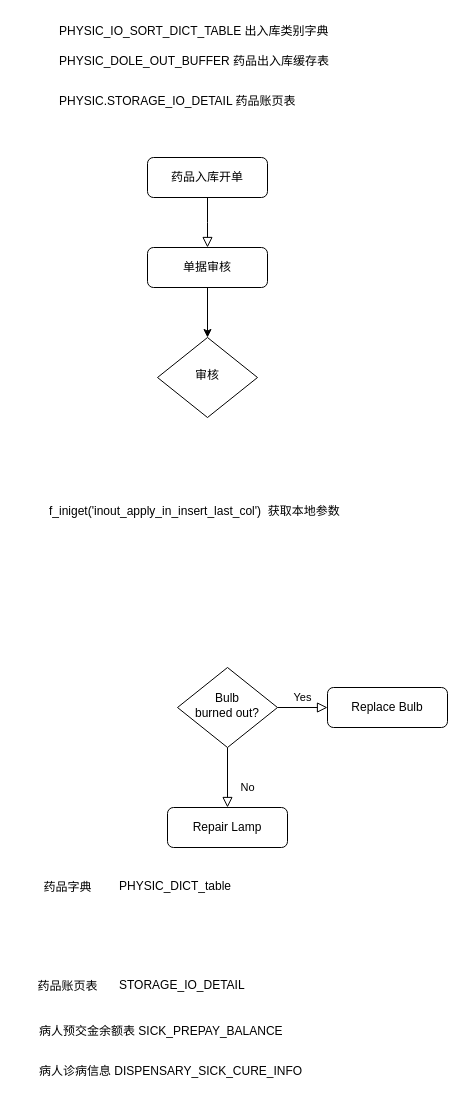
Before: Untitled Diagram.drawio in hooo/test, a draw.io diagram. Source tidied: cells renumbered, new cells numbered last; positions are measured from the earlier drawing's top-left corner, leaving out a move shared by most shapes. Both pictures are drawn from the tidied source at 100%, with x=0, y=0 at pixel (17, 17).
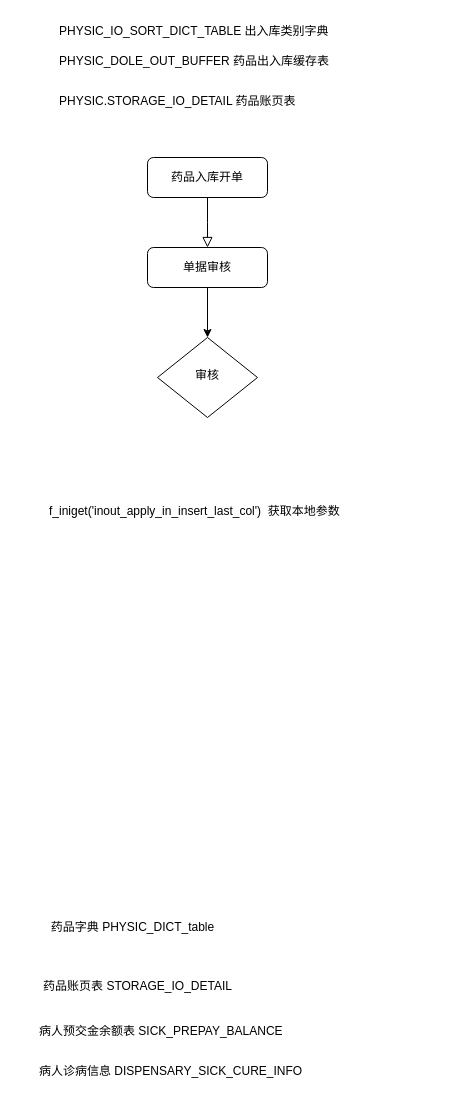
Above is the later version.

The edit, as a diff of the source:
```diff
@@
-    <mxCell id="4" value="No" style="rounded=0;html=1;jettySize=auto;fontSize=11;endArrow=block;endFill=0;endSize=8;strokeWidth=1;shadow=0;labelBackgroundColor=none;edgeStyle=orthogonalEdgeStyle;" parent="1" edge="1" source="6" target="7">
-      <mxGeometry x="0.33" y="20" relative="1" as="geometry" />
-    </mxCell>
-    <mxCell id="5" value="Yes" style="edgeStyle=orthogonalEdgeStyle;rounded=0;html=1;jettySize=auto;fontSize=11;endArrow=block;endFill=0;endSize=8;strokeWidth=1;shadow=0;labelBackgroundColor=none;" parent="1" edge="1" source="6" target="8">
-      <mxGeometry y="10" relative="1" as="geometry" />
-    </mxCell>
-    <mxCell id="6" value="Bulb&lt;br&gt;burned out?" style="rhombus;whiteSpace=wrap;html=1;shadow=0;fontFamily=Helvetica;fontSize=12;align=center;strokeWidth=1;spacing=6;spacingTop=-4;" parent="1" vertex="1">
-      <mxGeometry x="160" y="650" width="100" height="80" as="geometry" />
-    </mxCell>
-    <mxCell id="7" value="Repair Lamp" style="rounded=1;whiteSpace=wrap;html=1;fontSize=12;glass=0;strokeWidth=1;shadow=0;" parent="1" vertex="1">
-      <mxGeometry x="150" y="790" width="120" height="40" as="geometry" />
-    </mxCell>
-    <mxCell id="8" value="Replace Bulb" style="rounded=1;whiteSpace=wrap;html=1;fontSize=12;glass=0;strokeWidth=1;shadow=0;" parent="1" vertex="1">
-      <mxGeometry x="310" y="670" width="120" height="40" as="geometry" />
-    </mxCell>
-    <mxCell id="9" value="药品字典" style="text;strokeColor=none;fillColor=none;html=1;fontSize=12;fontStyle=0;verticalAlign=middle;align=center;" parent="1" vertex="1">
-      <mxGeometry y="850" width="100" height="40" as="geometry" />
+    <mxCell id="9" value="药品字典&amp;nbsp;&lt;span style=&quot;text-align: left&quot;&gt;PHYSIC_DICT_table&lt;/span&gt;" style="text;strokeColor=none;fillColor=none;html=1;fontSize=12;fontStyle=0;verticalAlign=middle;align=center;" parent="1" vertex="1">
+      <mxGeometry x="30" y="890" width="170" height="40" as="geometry" />
     </mxCell>
-    <mxCell id="10" value="PHYSIC_DICT_table" style="text;whiteSpace=wrap;html=1;fontSize=12;" parent="1" vertex="1">
-      <mxGeometry x="100" y="855" width="140" height="30" as="geometry" />
-    </mxCell>
-    <mxCell id="11" value="STORAGE_IO_DETAIL" style="text;whiteSpace=wrap;html=1;" parent="1" vertex="1">
-      <mxGeometry x="100" y="954" width="150" height="30" as="geometry" />
-    </mxCell>
-    <mxCell id="12" value="药品账页表" style="text;strokeColor=none;fillColor=none;html=1;fontSize=12;fontStyle=0;verticalAlign=middle;align=center;" parent="1" vertex="1">
-      <mxGeometry y="949" width="100" height="40" as="geometry" />
+    <mxCell id="12" value="药品账页表&amp;nbsp;&lt;span style=&quot;text-align: left&quot;&gt;STORAGE_IO_DETAIL&lt;/span&gt;" style="text;strokeColor=none;fillColor=none;html=1;fontSize=12;fontStyle=0;verticalAlign=middle;align=center;" parent="1" vertex="1">
+      <mxGeometry x="20" y="949" width="200" height="40" as="geometry" />
     </mxCell>
```
